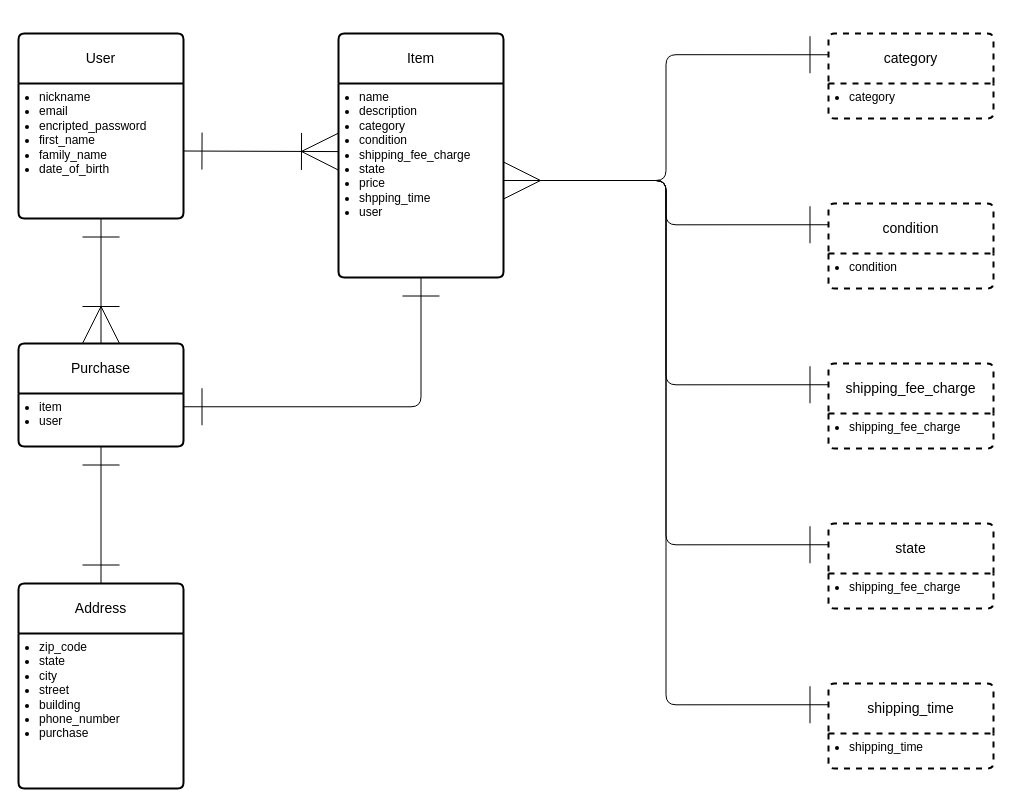
The draw.io diagram furima.dio in origami-eng/furima-42544, before the edit. Source tidied: cells renumbered, new cells numbered last; positions are measured from the earlier drawing's top-left corner, leaving out a move shared by most shapes. Both pictures are drawn from the tidied source at 100%, with x=0, y=0 at pixel (18, 33).
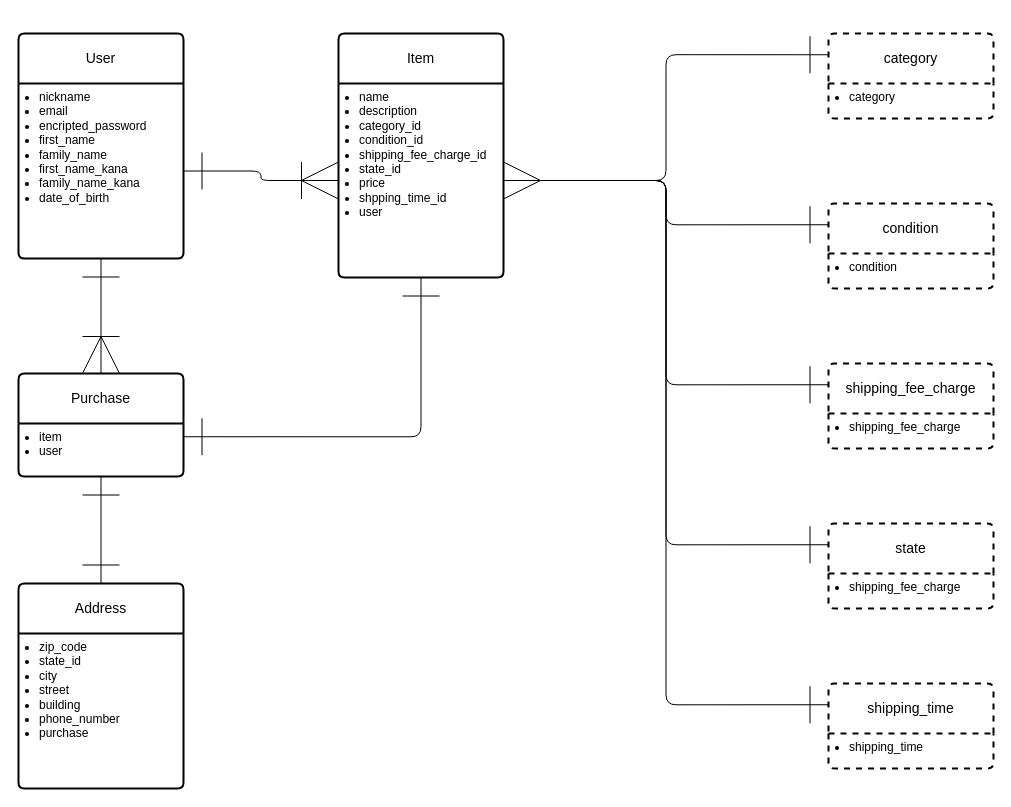
Above is the later version.

The change refers to these unchanged cells:
```xml
<mxCell id="4" value="Item" style="swimlane;horizontal=1;startSize=50;rounded=1;fontSize=14;fontStyle=0;strokeWidth=2;shadow=0;dashed=0;align=center;arcSize=4;html=1;whiteSpace=wrap;labelBackgroundColor=none;fixDash=0;" parent="1" vertex="1">
  <mxGeometry x="320" width="165" height="244" as="geometry" />
</mxCell>
<mxCell id="8" value="Address" style="swimlane;horizontal=1;startSize=50;rounded=1;fontSize=14;fontStyle=0;strokeWidth=2;shadow=0;dashed=0;align=center;arcSize=4;html=1;whiteSpace=wrap;labelBackgroundColor=none;fixDash=0;" parent="1" vertex="1">
  <mxGeometry y="550" width="165" height="205" as="geometry" />
</mxCell>
```

Change to the diagram source:
```diff
@@
     <mxCell id="2" value="User" style="swimlane;horizontal=1;startSize=50;rounded=1;fontSize=14;fontStyle=0;strokeWidth=2;shadow=0;dashed=0;align=center;arcSize=4;html=1;whiteSpace=wrap;labelBackgroundColor=none;fixDash=0;" parent="1" vertex="1">
-      <mxGeometry width="165" height="185" as="geometry" />
+      <mxGeometry width="165" height="225" as="geometry" />
     </mxCell>
-    <mxCell id="3" value="&lt;ul style=&quot;padding-left: 15px; margin-top: 0px;&quot;&gt;&lt;li&gt;&lt;font style=&quot;color: rgb(0, 0, 0);&quot;&gt;nickname&lt;/font&gt;&lt;/li&gt;&lt;li&gt;&lt;font style=&quot;color: rgb(0, 0, 0);&quot;&gt;email&lt;/font&gt;&lt;/li&gt;&lt;li&gt;&lt;font style=&quot;color: rgb(0, 0, 0);&quot;&gt;encripted_password&lt;/font&gt;&lt;/li&gt;&lt;li&gt;&lt;font style=&quot;color: rgb(0, 0, 0);&quot;&gt;first_name&lt;/font&gt;&lt;/li&gt;&lt;li&gt;&lt;span style=&quot;background-color: transparent;&quot;&gt;&lt;font style=&quot;color: rgb(0, 0, 0);&quot;&gt;family_name&lt;/font&gt;&lt;/span&gt;&lt;/li&gt;&lt;li&gt;&lt;span style=&quot;background-color: transparent;&quot;&gt;&lt;font style=&quot;color: rgb(0, 0, 0);&quot;&gt;date_of_birth&lt;/font&gt;&lt;/span&gt;&lt;/li&gt;&lt;/ul&gt;" style="align=left;strokeColor=none;fillColor=none;spacingLeft=4;fontSize=12;verticalAlign=top;html=1;" parent="2" vertex="1">
-      <mxGeometry y="50" width="165" height="135" as="geometry" />
+    <mxCell id="3" value="&lt;ul style=&quot;padding-left: 15px; margin-top: 0px;&quot;&gt;&lt;li&gt;&lt;font style=&quot;color: rgb(0, 0, 0);&quot;&gt;nickname&lt;/font&gt;&lt;/li&gt;&lt;li&gt;&lt;font style=&quot;color: rgb(0, 0, 0);&quot;&gt;email&lt;/font&gt;&lt;/li&gt;&lt;li&gt;&lt;font style=&quot;color: rgb(0, 0, 0);&quot;&gt;encripted_password&lt;/font&gt;&lt;/li&gt;&lt;li&gt;&lt;font style=&quot;color: rgb(0, 0, 0);&quot;&gt;first_name&lt;/font&gt;&lt;/li&gt;&lt;li&gt;&lt;span style=&quot;background-color: transparent;&quot;&gt;&lt;font style=&quot;color: rgb(0, 0, 0);&quot;&gt;family_name&lt;/font&gt;&lt;/span&gt;&lt;/li&gt;&lt;li&gt;&lt;span style=&quot;background-color: transparent;&quot;&gt;&lt;font style=&quot;color: rgb(0, 0, 0);&quot;&gt;first_name_kana&lt;/font&gt;&lt;/span&gt;&lt;/li&gt;&lt;li&gt;&lt;span style=&quot;background-color: transparent;&quot;&gt;&lt;font style=&quot;color: rgb(0, 0, 0);&quot;&gt;family_name_kana&lt;/font&gt;&lt;/span&gt;&lt;/li&gt;&lt;li&gt;&lt;span style=&quot;background-color: transparent;&quot;&gt;&lt;font style=&quot;color: rgb(0, 0, 0);&quot;&gt;date_of_birth&lt;/font&gt;&lt;/span&gt;&lt;/li&gt;&lt;/ul&gt;" style="align=left;strokeColor=none;fillColor=none;spacingLeft=4;fontSize=12;verticalAlign=top;html=1;" parent="2" vertex="1">
+      <mxGeometry y="50" width="165" height="175" as="geometry" />
     </mxCell>
@@
-    <mxCell id="5" value="&lt;ul style=&quot;padding-left: 15px; margin-top: 0px;&quot;&gt;&lt;li&gt;&lt;font style=&quot;color: rgb(0, 0, 0);&quot;&gt;name&lt;/font&gt;&lt;/li&gt;&lt;li&gt;&lt;font style=&quot;color: rgb(0, 0, 0);&quot;&gt;description&lt;/font&gt;&lt;/li&gt;&lt;li&gt;&lt;font style=&quot;color: rgb(0, 0, 0);&quot;&gt;category&lt;/font&gt;&lt;/li&gt;&lt;li&gt;&lt;font style=&quot;color: rgb(0, 0, 0);&quot;&gt;condition&lt;/font&gt;&lt;/li&gt;&lt;li&gt;&lt;font style=&quot;color: rgb(0, 0, 0);&quot;&gt;shipping_fee_charge&lt;/font&gt;&lt;/li&gt;&lt;li&gt;&lt;font style=&quot;color: rgb(0, 0, 0);&quot;&gt;state&lt;/font&gt;&lt;/li&gt;&lt;li&gt;&lt;font style=&quot;color: rgb(0, 0, 0);&quot;&gt;price&lt;/font&gt;&lt;/li&gt;&lt;li&gt;&lt;font style=&quot;color: rgb(0, 0, 0);&quot;&gt;shpping_time&lt;/font&gt;&lt;/li&gt;&lt;li&gt;&lt;font style=&quot;color: rgb(0, 0, 0);&quot;&gt;user&lt;/font&gt;&lt;/li&gt;&lt;/ul&gt;" style="align=left;strokeColor=none;fillColor=none;spacingLeft=4;fontSize=12;verticalAlign=top;html=1;" parent="4" vertex="1">
+    <mxCell id="5" value="&lt;ul style=&quot;padding-left: 15px; margin-top: 0px;&quot;&gt;&lt;li&gt;&lt;font style=&quot;color: rgb(0, 0, 0);&quot;&gt;name&lt;/font&gt;&lt;/li&gt;&lt;li&gt;&lt;font style=&quot;color: rgb(0, 0, 0);&quot;&gt;description&lt;/font&gt;&lt;/li&gt;&lt;li&gt;&lt;font style=&quot;color: rgb(0, 0, 0);&quot;&gt;category_id&lt;/font&gt;&lt;/li&gt;&lt;li&gt;&lt;font style=&quot;color: rgb(0, 0, 0);&quot;&gt;condition_id&lt;/font&gt;&lt;/li&gt;&lt;li&gt;&lt;font style=&quot;color: rgb(0, 0, 0);&quot;&gt;shipping_fee_charge_id&lt;/font&gt;&lt;/li&gt;&lt;li&gt;&lt;font style=&quot;color: rgb(0, 0, 0);&quot;&gt;state_id&lt;/font&gt;&lt;/li&gt;&lt;li&gt;&lt;font style=&quot;color: rgb(0, 0, 0);&quot;&gt;price&lt;/font&gt;&lt;/li&gt;&lt;li&gt;&lt;font style=&quot;color: rgb(0, 0, 0);&quot;&gt;shpping_time_id&lt;/font&gt;&lt;/li&gt;&lt;li&gt;&lt;font style=&quot;color: rgb(0, 0, 0);&quot;&gt;user&lt;/font&gt;&lt;/li&gt;&lt;/ul&gt;" style="align=left;strokeColor=none;fillColor=none;spacingLeft=4;fontSize=12;verticalAlign=top;html=1;" parent="4" vertex="1">
       <mxGeometry y="50" width="165" height="194" as="geometry" />
     </mxCell>
     <mxCell id="6" value="Purchase" style="swimlane;horizontal=1;startSize=50;rounded=1;fontSize=14;fontStyle=0;strokeWidth=2;shadow=0;dashed=0;align=center;arcSize=4;html=1;whiteSpace=wrap;labelBackgroundColor=none;fixDash=0;" parent="1" vertex="1">
-      <mxGeometry y="310" width="165" height="103" as="geometry" />
+      <mxGeometry y="340" width="165" height="103" as="geometry" />
     </mxCell>
@@
-    <mxCell id="9" value="&lt;ul style=&quot;padding-left: 15px; margin-top: 0px;&quot;&gt;&lt;li&gt;&lt;span style=&quot;background-color: transparent;&quot;&gt;&lt;font color=&quot;#000000&quot;&gt;zip_code&lt;/font&gt;&lt;/span&gt;&lt;/li&gt;&lt;li&gt;&lt;font style=&quot;color: rgb(0, 0, 0);&quot;&gt;state&lt;/font&gt;&lt;/li&gt;&lt;li&gt;&lt;font style=&quot;color: rgb(0, 0, 0);&quot;&gt;city&lt;/font&gt;&lt;/li&gt;&lt;li&gt;&lt;font style=&quot;color: rgb(0, 0, 0);&quot;&gt;street&lt;/font&gt;&lt;/li&gt;&lt;li&gt;&lt;font style=&quot;color: rgb(0, 0, 0);&quot;&gt;building&lt;/font&gt;&lt;/li&gt;&lt;li&gt;&lt;font style=&quot;color: rgb(0, 0, 0);&quot;&gt;phone_number&lt;/font&gt;&lt;/li&gt;&lt;li&gt;&lt;font style=&quot;color: rgb(0, 0, 0);&quot;&gt;purchase&lt;/font&gt;&lt;/li&gt;&lt;/ul&gt;" style="align=left;strokeColor=none;fillColor=none;spacingLeft=4;fontSize=12;verticalAlign=top;html=1;" parent="8" vertex="1">
+    <mxCell id="9" value="&lt;ul style=&quot;padding-left: 15px; margin-top: 0px;&quot;&gt;&lt;li&gt;&lt;span style=&quot;background-color: transparent;&quot;&gt;&lt;font color=&quot;#000000&quot;&gt;zip_code&lt;/font&gt;&lt;/span&gt;&lt;/li&gt;&lt;li&gt;&lt;font style=&quot;color: rgb(0, 0, 0);&quot;&gt;state_id&lt;/font&gt;&lt;/li&gt;&lt;li&gt;&lt;font style=&quot;color: rgb(0, 0, 0);&quot;&gt;city&lt;/font&gt;&lt;/li&gt;&lt;li&gt;&lt;font style=&quot;color: rgb(0, 0, 0);&quot;&gt;street&lt;/font&gt;&lt;/li&gt;&lt;li&gt;&lt;font style=&quot;color: rgb(0, 0, 0);&quot;&gt;building&lt;/font&gt;&lt;/li&gt;&lt;li&gt;&lt;font style=&quot;color: rgb(0, 0, 0);&quot;&gt;phone_number&lt;/font&gt;&lt;/li&gt;&lt;li&gt;&lt;font style=&quot;color: rgb(0, 0, 0);&quot;&gt;purchase&lt;/font&gt;&lt;/li&gt;&lt;/ul&gt;" style="align=left;strokeColor=none;fillColor=none;spacingLeft=4;fontSize=12;verticalAlign=top;html=1;" parent="8" vertex="1">
       <mxGeometry y="50" width="165" height="155" as="geometry" />
     </mxCell>
-    <mxCell id="10" style="edgeStyle=none;html=1;exitX=1;exitY=0.5;exitDx=0;exitDy=0;startArrow=ERone;startFill=0;endArrow=ERoneToMany;endFill=0;strokeWidth=1;endSize=35;startSize=35;shadow=0;strokeColor=default;orthogonal=0;entryX=0;entryY=0.351;entryDx=0;entryDy=0;entryPerimeter=0;snapToPoint=0;" parent="1" edge="1" source="3" target="5">
+    <mxCell id="10" style="edgeStyle=orthogonalEdgeStyle;html=1;exitX=1;exitY=0.5;exitDx=0;exitDy=0;startArrow=ERone;startFill=0;endArrow=ERoneToMany;endFill=0;strokeWidth=1;endSize=35;startSize=35;shadow=0;strokeColor=default;orthogonal=0;entryX=0;entryY=0.5;entryDx=0;entryDy=0;snapToPoint=0;" parent="1" edge="1" source="3" target="5">
       <mxGeometry relative="1" as="geometry" />
     </mxCell>
```
